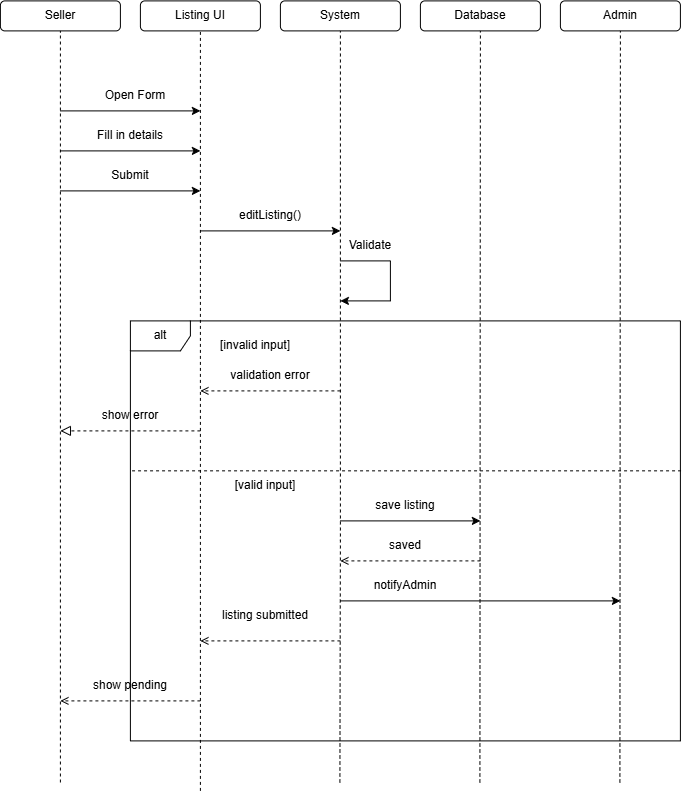
The draw.io diagram Josh/Create_New_Listing_Sequence.png in ezc9-tech/Sundaland, before a commit. Source tidied: cells renumbered, new cells last; positions are measured from the earlier drawing's top-left corner, leaving out a move shared by most shapes.
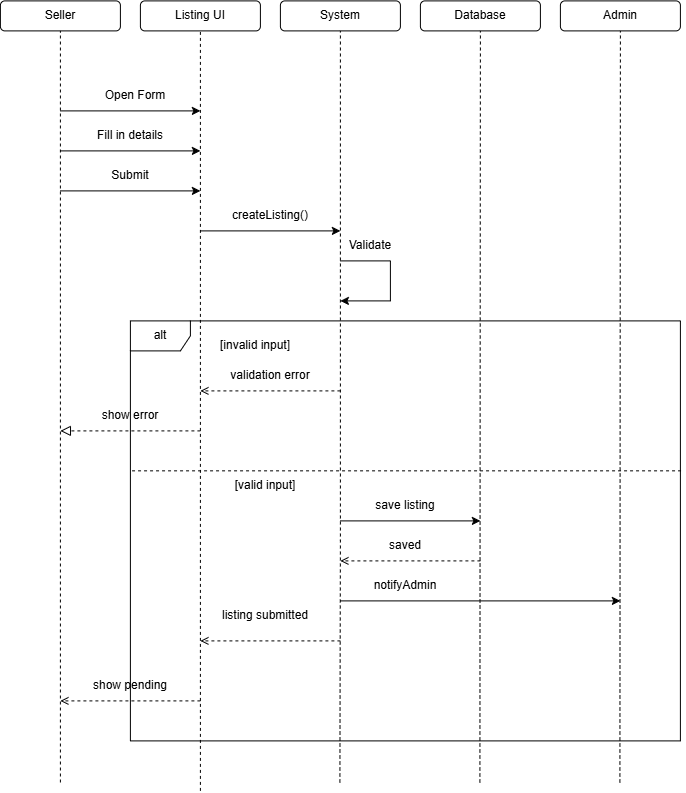
Later version of the same file.

What changed in the source:
```diff
@@ -1,4 +1,4 @@
-<mxGraphModel>
+<mxGraphModel background="light-dark(#ffffff, #121212)">
   <root>
     <mxCell id="0" />
     <mxCell id="1" parent="0" />
@@ -78,7 +78,7 @@
         <mxPoint x="340" y="230" as="targetPoint" />
       </mxGeometry>
     </mxCell>
-    <mxCell id="19" value="editListing()" style="text;html=1;whiteSpace=wrap;strokeColor=none;fillColor=none;align=center;verticalAlign=middle;rounded=0;" parent="1" vertex="1">
+    <mxCell id="19" value="createListing()" style="text;html=1;whiteSpace=wrap;strokeColor=none;fillColor=none;align=center;verticalAlign=middle;rounded=0;" parent="1" vertex="1">
       <mxGeometry x="240" y="200" width="60" height="30" as="geometry" />
     </mxCell>
     <mxCell id="20" style="endArrow=classic;html=1;rounded=0;" parent="1" edge="1">
```
